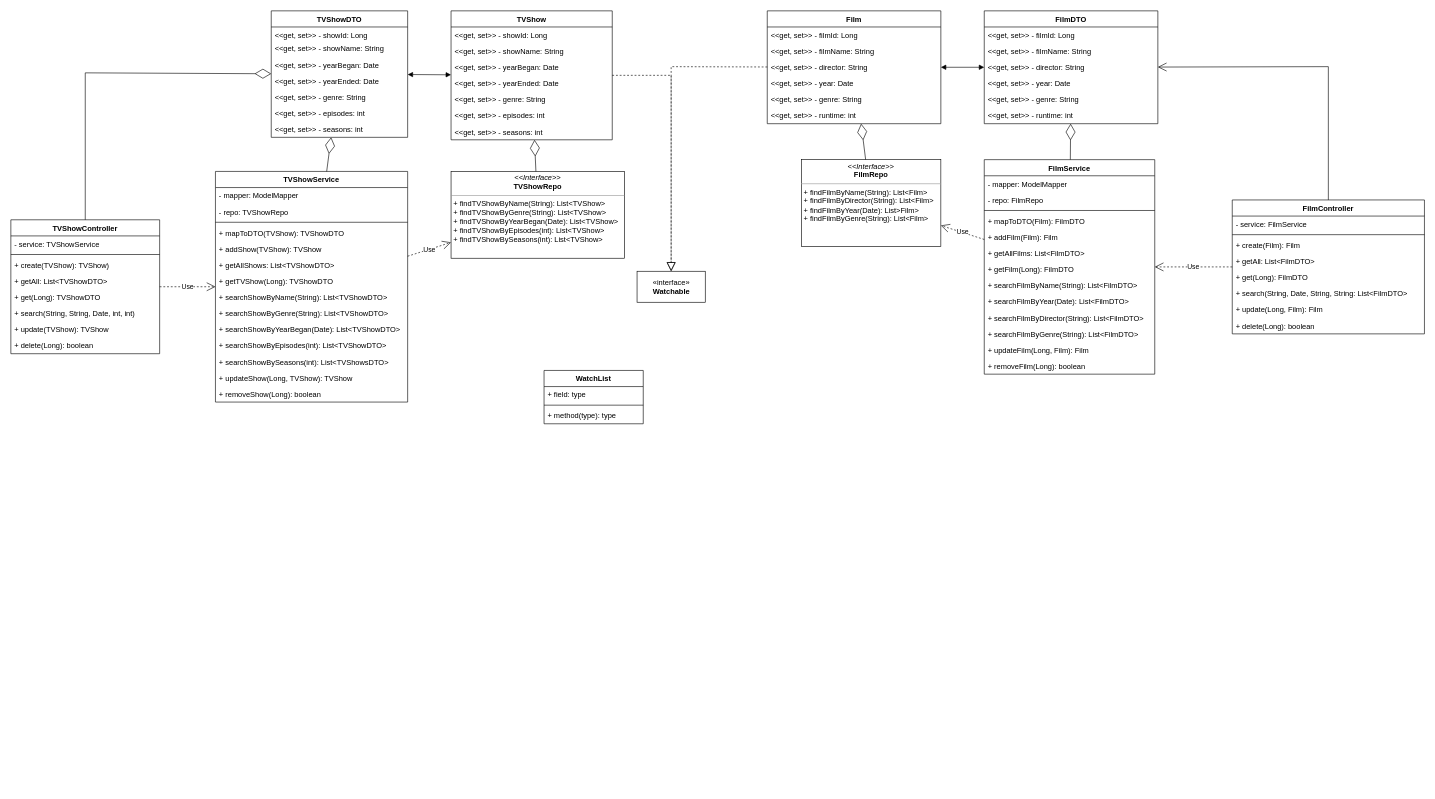
This is Documents/Film TV Tracker UML diagram ver 1.drawio from Tasdiq-Dewan/Film-TV-Tracker-Project, a draw.io file, before an edit. Source tidied: cells renumbered, new cells numbered last; positions are measured from the earlier drawing's top-left corner, leaving out a move shared by most shapes. Both pictures are drawn from the tidied source at 62%, with x=0, y=0 at pixel (11, 11).
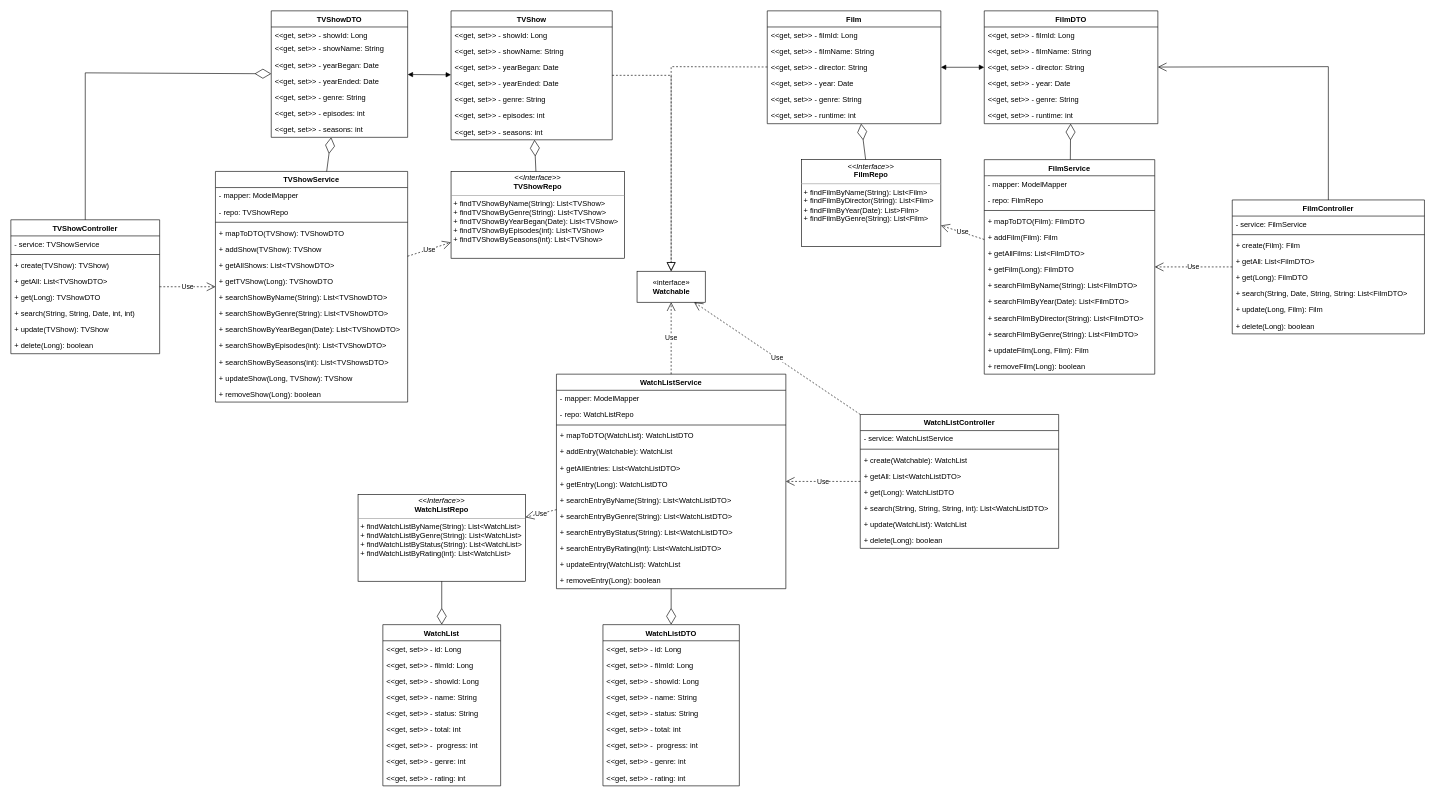
Above is the later version.

Commit message (it also covers changes not shown here):
finished class diagram

The change refers to these unchanged cells:
```xml
<mxCell id="34" value="«interface»&lt;br&gt;&lt;b&gt;Watchable&lt;/b&gt;" style="html=1;" parent="1" vertex="1">
  <mxGeometry x="1010" y="420" width="110" height="50" as="geometry" />
</mxCell>
```

Change to the diagram source:
```diff
@@
     <mxCell id="96" value="WatchList" style="swimlane;fontStyle=1;align=center;verticalAlign=top;horizontal=1;startSize=26;" parent="1" vertex="1">
-      <mxGeometry x="860" y="580" width="160" height="86" as="geometry" />
+      <mxGeometry x="600" y="990" width="190" height="260" as="geometry" />
     </mxCell>
-    <mxCell id="97" value="+ field: type" style="text;strokeColor=none;fillColor=none;align=left;verticalAlign=top;spacingLeft=4;spacingRight=4;overflow=hidden;" parent="96" vertex="1">
-      <mxGeometry y="26" width="160" height="26" as="geometry" />
+    <mxCell id="97" value="&lt;&lt;get, set&gt;&gt; - id: Long" style="text;strokeColor=none;fillColor=none;align=left;verticalAlign=top;spacingLeft=4;spacingRight=4;overflow=hidden;" parent="96" vertex="1">
+      <mxGeometry y="26" width="190" height="26" as="geometry" />
     </mxCell>
-    <mxCell id="98" style="line;strokeWidth=1;fillColor=none;align=left;verticalAlign=middle;spacingTop=-1;spacingLeft=3;spacingRight=3;labelPosition=right;" parent="96" vertex="1">
-      <mxGeometry y="52" width="160" height="8" as="geometry" />
-    </mxCell>
-    <mxCell id="99" value="+ method(type): type" style="text;strokeColor=none;fillColor=none;align=left;verticalAlign=top;spacingLeft=4;spacingRight=4;overflow=hidden;" parent="96" vertex="1">
-      <mxGeometry y="60" width="160" height="26" as="geometry" />
-    </mxCell>
+    <mxCell id="100" value="&lt;&lt;get, set&gt;&gt; - filmId: Long" style="text;strokeColor=none;fillColor=none;align=left;verticalAlign=top;spacingLeft=4;spacingRight=4;overflow=hidden;" parent="96" vertex="1">
+      <mxGeometry y="52" width="190" height="26" as="geometry" />
+    </mxCell>
+    <mxCell id="101" value="&lt;&lt;get, set&gt;&gt; - showId: Long" style="text;strokeColor=none;fillColor=none;align=left;verticalAlign=top;spacingLeft=4;spacingRight=4;overflow=hidden;" parent="96" vertex="1">
+      <mxGeometry y="78" width="190" height="26" as="geometry" />
+    </mxCell>
+    <mxCell id="102" value="&lt;&lt;get, set&gt;&gt; - name: String" style="text;strokeColor=none;fillColor=none;align=left;verticalAlign=top;spacingLeft=4;spacingRight=4;overflow=hidden;" parent="96" vertex="1">
+      <mxGeometry y="104" width="190" height="26" as="geometry" />
+    </mxCell>
+    <mxCell id="103" value="&lt;&lt;get, set&gt;&gt; - status: String" style="text;strokeColor=none;fillColor=none;align=left;verticalAlign=top;spacingLeft=4;spacingRight=4;overflow=hidden;" parent="96" vertex="1">
+      <mxGeometry y="130" width="190" height="26" as="geometry" />
+    </mxCell>
+    <mxCell id="104" value="&lt;&lt;get, set&gt;&gt; - total: int" style="text;strokeColor=none;fillColor=none;align=left;verticalAlign=top;spacingLeft=4;spacingRight=4;overflow=hidden;" parent="96" vertex="1">
+      <mxGeometry y="156" width="190" height="26" as="geometry" />
+    </mxCell>
+    <mxCell id="105" value="&lt;&lt;get, set&gt;&gt; -  progress: int" style="text;strokeColor=none;fillColor=none;align=left;verticalAlign=top;spacingLeft=4;spacingRight=4;overflow=hidden;" parent="96" vertex="1">
+      <mxGeometry y="182" width="190" height="26" as="geometry" />
+    </mxCell>
+    <mxCell id="106" value="&lt;&lt;get, set&gt;&gt; - genre: int" style="text;strokeColor=none;fillColor=none;align=left;verticalAlign=top;spacingLeft=4;spacingRight=4;overflow=hidden;" parent="96" vertex="1">
+      <mxGeometry y="208" width="190" height="26" as="geometry" />
+    </mxCell>
+    <mxCell id="107" value="&lt;&lt;get, set&gt;&gt; - rating: int" style="text;strokeColor=none;fillColor=none;align=left;verticalAlign=top;spacingLeft=4;spacingRight=4;overflow=hidden;" parent="96" vertex="1">
+      <mxGeometry y="234" width="190" height="26" as="geometry" />
+    </mxCell>
+    <mxCell id="108" value="WatchListDTO" style="swimlane;fontStyle=1;horizontal=1;startSize=26;fillColor=none;" parent="1" vertex="1">
+      <mxGeometry x="955" y="990" width="220" height="260" as="geometry" />
+    </mxCell>
+    <mxCell id="109" value="&lt;&lt;get, set&gt;&gt; - id: Long" style="text;strokeColor=none;fillColor=none;align=left;verticalAlign=top;spacingLeft=4;spacingRight=4;overflow=hidden;" parent="108" vertex="1">
+      <mxGeometry y="26" width="220" height="26" as="geometry" />
+    </mxCell>
+    <mxCell id="110" value="&lt;&lt;get, set&gt;&gt; - filmId: Long" style="text;strokeColor=none;fillColor=none;align=left;verticalAlign=top;spacingLeft=4;spacingRight=4;overflow=hidden;" parent="108" vertex="1">
+      <mxGeometry y="52" width="220" height="26" as="geometry" />
+    </mxCell>
+    <mxCell id="111" value="&lt;&lt;get, set&gt;&gt; - showId: Long" style="text;strokeColor=none;fillColor=none;align=left;verticalAlign=top;spacingLeft=4;spacingRight=4;overflow=hidden;" parent="108" vertex="1">
+      <mxGeometry y="78" width="220" height="26" as="geometry" />
+    </mxCell>
+    <mxCell id="112" value="&lt;&lt;get, set&gt;&gt; - name: String" style="text;strokeColor=none;fillColor=none;align=left;verticalAlign=top;spacingLeft=4;spacingRight=4;overflow=hidden;" parent="108" vertex="1">
+      <mxGeometry y="104" width="220" height="26" as="geometry" />
+    </mxCell>
+    <mxCell id="113" value="&lt;&lt;get, set&gt;&gt; - status: String" style="text;strokeColor=none;fillColor=none;align=left;verticalAlign=top;spacingLeft=4;spacingRight=4;overflow=hidden;" parent="108" vertex="1">
+      <mxGeometry y="130" width="220" height="26" as="geometry" />
+    </mxCell>
+    <mxCell id="114" value="&lt;&lt;get, set&gt;&gt; - total: int" style="text;strokeColor=none;fillColor=none;align=left;verticalAlign=top;spacingLeft=4;spacingRight=4;overflow=hidden;" parent="108" vertex="1">
+      <mxGeometry y="156" width="220" height="26" as="geometry" />
+    </mxCell>
+    <mxCell id="115" value="&lt;&lt;get, set&gt;&gt; -  progress: int" style="text;strokeColor=none;fillColor=none;align=left;verticalAlign=top;spacingLeft=4;spacingRight=4;overflow=hidden;" parent="108" vertex="1">
+      <mxGeometry y="182" width="220" height="26" as="geometry" />
+    </mxCell>
+    <mxCell id="116" value="&lt;&lt;get, set&gt;&gt; - genre: int" style="text;strokeColor=none;fillColor=none;align=left;verticalAlign=top;spacingLeft=4;spacingRight=4;overflow=hidden;" parent="108" vertex="1">
+      <mxGeometry y="208" width="220" height="26" as="geometry" />
+    </mxCell>
+    <mxCell id="117" value="&lt;&lt;get, set&gt;&gt; - rating: int" style="text;strokeColor=none;fillColor=none;align=left;verticalAlign=top;spacingLeft=4;spacingRight=4;overflow=hidden;" parent="108" vertex="1">
+      <mxGeometry y="234" width="220" height="26" as="geometry" />
+    </mxCell>
+    <mxCell id="118" value="&lt;p style=&quot;margin:0px;margin-top:4px;text-align:center;&quot;&gt;&lt;i&gt;&amp;lt;&amp;lt;Interface&amp;gt;&amp;gt;&lt;/i&gt;&lt;br&gt;&lt;b&gt;WatchListRepo&lt;/b&gt;&lt;/p&gt;&lt;hr size=&quot;1&quot;&gt;&lt;p style=&quot;margin:0px;margin-left:4px;&quot;&gt;+ findWatchListByName(String): List&amp;lt;WatchList&amp;gt;&lt;/p&gt;&lt;p style=&quot;margin:0px;margin-left:4px;&quot;&gt;+ findWatchListByGenre(String): List&amp;lt;WatchList&amp;gt;&lt;/p&gt;&lt;p style=&quot;margin:0px;margin-left:4px;&quot;&gt;+ findWatchListByStatus(String): List&amp;lt;WatchList&amp;gt;&lt;/p&gt;&lt;p style=&quot;margin:0px;margin-left:4px;&quot;&gt;+ findWatchListByRating(int): List&amp;lt;WatchList&amp;gt;&lt;/p&gt;" style="verticalAlign=top;align=left;overflow=fill;fontSize=12;fontFamily=Helvetica;html=1;" parent="1" vertex="1">
+      <mxGeometry x="560" y="780" width="270" height="140" as="geometry" />
+    </mxCell>
+    <mxCell id="119" style="endArrow=diamondThin;endFill=0;endSize=24;html=1;rounded=0;" parent="1" edge="1" source="118" target="96">
+      <mxGeometry relative="1" as="geometry" />
+    </mxCell>
+    <mxCell id="120" value="WatchListService" style="swimlane;fontStyle=1;align=center;verticalAlign=top;horizontal=1;startSize=26;" parent="1" vertex="1">
+      <mxGeometry x="880" y="586" width="370" height="346" as="geometry" />
+    </mxCell>
+    <mxCell id="121" value="- mapper: ModelMapper" style="text;strokeColor=none;fillColor=none;align=left;verticalAlign=top;spacingLeft=4;spacingRight=4;overflow=hidden;" parent="120" vertex="1">
+      <mxGeometry y="26" width="370" height="26" as="geometry" />
+    </mxCell>
+    <mxCell id="122" value="- repo: WatchListRepo" style="text;strokeColor=none;fillColor=none;align=left;verticalAlign=top;spacingLeft=4;spacingRight=4;overflow=hidden;" parent="120" vertex="1">
+      <mxGeometry y="52" width="370" height="26" as="geometry" />
+    </mxCell>
+    <mxCell id="123" style="line;strokeWidth=1;fillColor=none;align=left;verticalAlign=middle;spacingTop=-1;spacingLeft=3;spacingRight=3;labelPosition=right;" parent="120" vertex="1">
+      <mxGeometry y="78" width="370" height="8" as="geometry" />
+    </mxCell>
+    <mxCell id="124" value="+ mapToDTO(WatchList): WatchListDTO" style="text;strokeColor=none;fillColor=none;align=left;verticalAlign=top;spacingLeft=4;spacingRight=4;overflow=hidden;" parent="120" vertex="1">
+      <mxGeometry y="86" width="370" height="26" as="geometry" />
+    </mxCell>
+    <mxCell id="125" value="+ addEntry(Watchable): WatchList" style="text;strokeColor=none;fillColor=none;align=left;verticalAlign=top;spacingLeft=4;spacingRight=4;overflow=hidden;" parent="120" vertex="1">
+      <mxGeometry y="112" width="370" height="26" as="geometry" />
+    </mxCell>
+    <mxCell id="126" value="+ getAllEntries: List&lt;WatchListDTO&gt;" style="text;strokeColor=none;fillColor=none;align=left;verticalAlign=top;spacingLeft=4;spacingRight=4;overflow=hidden;" parent="120" vertex="1">
+      <mxGeometry y="138" width="370" height="26" as="geometry" />
+    </mxCell>
+    <mxCell id="127" value="+ getEntry(Long): WatchListDTO" style="text;strokeColor=none;fillColor=none;align=left;verticalAlign=top;spacingLeft=4;spacingRight=4;overflow=hidden;" parent="120" vertex="1">
+      <mxGeometry y="164" width="370" height="26" as="geometry" />
+    </mxCell>
+    <mxCell id="128" value="+ searchEntryByName(String): List&lt;WatchListDTO&gt;" style="text;strokeColor=none;fillColor=none;align=left;verticalAlign=top;spacingLeft=4;spacingRight=4;overflow=hidden;" parent="120" vertex="1">
+      <mxGeometry y="190" width="370" height="26" as="geometry" />
+    </mxCell>
+    <mxCell id="129" value="+ searchEntryByGenre(String): List&lt;WatchListDTO&gt;" style="text;strokeColor=none;fillColor=none;align=left;verticalAlign=top;spacingLeft=4;spacingRight=4;overflow=hidden;" parent="120" vertex="1">
+      <mxGeometry y="216" width="370" height="26" as="geometry" />
+    </mxCell>
+    <mxCell id="130" value="+ searchEntryByStatus(String): List&lt;WatchListDTO&gt;" style="text;strokeColor=none;fillColor=none;align=left;verticalAlign=top;spacingLeft=4;spacingRight=4;overflow=hidden;" parent="120" vertex="1">
+      <mxGeometry y="242" width="370" height="26" as="geometry" />
+    </mxCell>
+    <mxCell id="131" value="+ searchEntryByRating(int): List&lt;WatchListDTO&gt;" style="text;strokeColor=none;fillColor=none;align=left;verticalAlign=top;spacingLeft=4;spacingRight=4;overflow=hidden;" parent="120" vertex="1">
+      <mxGeometry y="268" width="370" height="26" as="geometry" />
+    </mxCell>
+    <mxCell id="132" value="+ updateEntry(WatchList): WatchList" style="text;strokeColor=none;fillColor=none;align=left;verticalAlign=top;spacingLeft=4;spacingRight=4;overflow=hidden;" parent="120" vertex="1">
+      <mxGeometry y="294" width="370" height="26" as="geometry" />
+    </mxCell>
+    <mxCell id="133" value="+ removeEntry(Long): boolean" style="text;strokeColor=none;fillColor=none;align=left;verticalAlign=top;spacingLeft=4;spacingRight=4;overflow=hidden;" parent="120" vertex="1">
+      <mxGeometry y="320" width="370" height="26" as="geometry" />
+    </mxCell>
+    <mxCell id="134" value="Use" style="endArrow=open;endSize=12;dashed=1;html=1;rounded=0;" parent="1" edge="1" source="120" target="118">
+      <mxGeometry relative="1" as="geometry" />
+    </mxCell>
+    <mxCell id="135" value="Use" style="endArrow=open;endSize=12;dashed=1;html=1;rounded=0;" parent="1" edge="1" source="120" target="34">
+      <mxGeometry relative="1" as="geometry" />
+    </mxCell>
+    <mxCell id="136" value="WatchListController" style="swimlane;fontStyle=1;align=center;verticalAlign=top;horizontal=1;startSize=26;" parent="1" vertex="1">
+      <mxGeometry x="1370" y="651" width="320" height="216" as="geometry" />
+    </mxCell>
+    <mxCell id="137" value="- service: WatchListService" style="text;strokeColor=none;fillColor=none;align=left;verticalAlign=top;spacingLeft=4;spacingRight=4;overflow=hidden;" parent="136" vertex="1">
+      <mxGeometry y="26" width="320" height="26" as="geometry" />
+    </mxCell>
+    <mxCell id="138" style="line;strokeWidth=1;fillColor=none;align=left;verticalAlign=middle;spacingTop=-1;spacingLeft=3;spacingRight=3;labelPosition=right;" parent="136" vertex="1">
+      <mxGeometry y="52" width="320" height="8" as="geometry" />
+    </mxCell>
+    <mxCell id="139" value="+ create(Watchable): WatchList" style="text;strokeColor=none;fillColor=none;align=left;verticalAlign=top;spacingLeft=4;spacingRight=4;overflow=hidden;" parent="136" vertex="1">
+      <mxGeometry y="60" width="320" height="26" as="geometry" />
+    </mxCell>
+    <mxCell id="140" value="+ getAll: List&lt;WatchListDTO&gt;" style="text;strokeColor=none;fillColor=none;align=left;verticalAlign=top;spacingLeft=4;spacingRight=4;overflow=hidden;" parent="136" vertex="1">
+      <mxGeometry y="86" width="320" height="26" as="geometry" />
+    </mxCell>
+    <mxCell id="141" value="+ get(Long): WatchListDTO" style="text;strokeColor=none;fillColor=none;align=left;verticalAlign=top;spacingLeft=4;spacingRight=4;overflow=hidden;" parent="136" vertex="1">
+      <mxGeometry y="112" width="320" height="26" as="geometry" />
+    </mxCell>
+    <mxCell id="142" value="+ search(String, String, String, int): List&lt;WatchListDTO&gt;" style="text;strokeColor=none;fillColor=none;align=left;verticalAlign=top;spacingLeft=4;spacingRight=4;overflow=hidden;" parent="136" vertex="1">
+      <mxGeometry y="138" width="320" height="26" as="geometry" />
+    </mxCell>
+    <mxCell id="143" value="+ update(WatchList): WatchList" style="text;strokeColor=none;fillColor=none;align=left;verticalAlign=top;spacingLeft=4;spacingRight=4;overflow=hidden;" parent="136" vertex="1">
+      <mxGeometry y="164" width="320" height="26" as="geometry" />
+    </mxCell>
+    <mxCell id="144" value="+ delete(Long): boolean" style="text;strokeColor=none;fillColor=none;align=left;verticalAlign=top;spacingLeft=4;spacingRight=4;overflow=hidden;" parent="136" vertex="1">
+      <mxGeometry y="190" width="320" height="26" as="geometry" />
+    </mxCell>
+    <mxCell id="145" value="Use" style="endArrow=open;endSize=12;dashed=1;html=1;rounded=0;" parent="1" edge="1" source="136" target="120">
+      <mxGeometry relative="1" as="geometry" />
+    </mxCell>
+    <mxCell id="146" style="endArrow=diamondThin;endFill=0;endSize=24;html=1;rounded=0;" parent="1" edge="1" source="120" target="108">
+      <mxGeometry relative="1" as="geometry" />
+    </mxCell>
+    <mxCell id="147" value="Use" style="endArrow=open;endSize=12;dashed=1;html=1;rounded=0;" parent="1" edge="1" source="136" target="34">
+      <mxGeometry relative="1" as="geometry" />
+    </mxCell>
```
